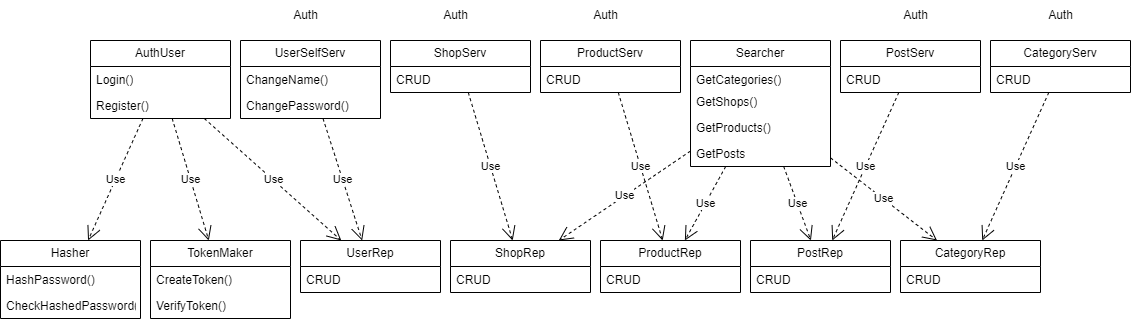
The draw.io diagram img/components_craftPlace.png in CakeForKit/CraftPlace, before a commit. Source tidied: cells renumbered, new cells last; positions are measured from the earlier drawing's top-left corner, leaving out a move shared by most shapes.
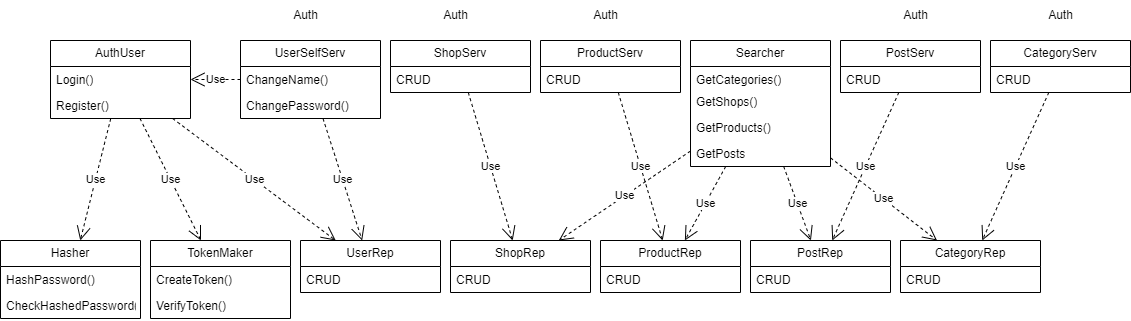
After the commit.

Diff of the diagram source:
```diff
@@ -42,7 +42,7 @@
       <mxGeometry y="52" width="140" height="26" as="geometry" />
     </mxCell>
     <mxCell id="15" value="AuthUser" style="swimlane;fontStyle=0;horizontal=1;startSize=26;fillColor=none;whiteSpace=wrap;html=1;" parent="1" vertex="1">
-      <mxGeometry x="90" y="40" width="140" height="78" as="geometry" />
+      <mxGeometry x="50" y="40" width="140" height="78" as="geometry" />
     </mxCell>
     <mxCell id="16" value="Login()" style="text;strokeColor=none;fillColor=none;align=left;verticalAlign=top;spacingLeft=4;spacingRight=4;overflow=hidden;whiteSpace=wrap;html=1;" parent="15" vertex="1">
       <mxGeometry y="26" width="140" height="26" as="geometry" />
@@ -158,5 +158,8 @@
     <mxCell id="53" value="Auth" style="text;html=1;align=center;verticalAlign=middle;strokeColor=none;fillColor=none;" parent="1" vertex="1">
       <mxGeometry x="1035" width="50" height="30" as="geometry" />
     </mxCell>
+    <mxCell id="54" value="Use" style="endArrow=open;endSize=12;dashed=1;html=1;rounded=0;" parent="1" edge="1" source="12" target="15">
+      <mxGeometry relative="1" as="geometry" />
+    </mxCell>
   </root>
 </mxGraphModel>
```
